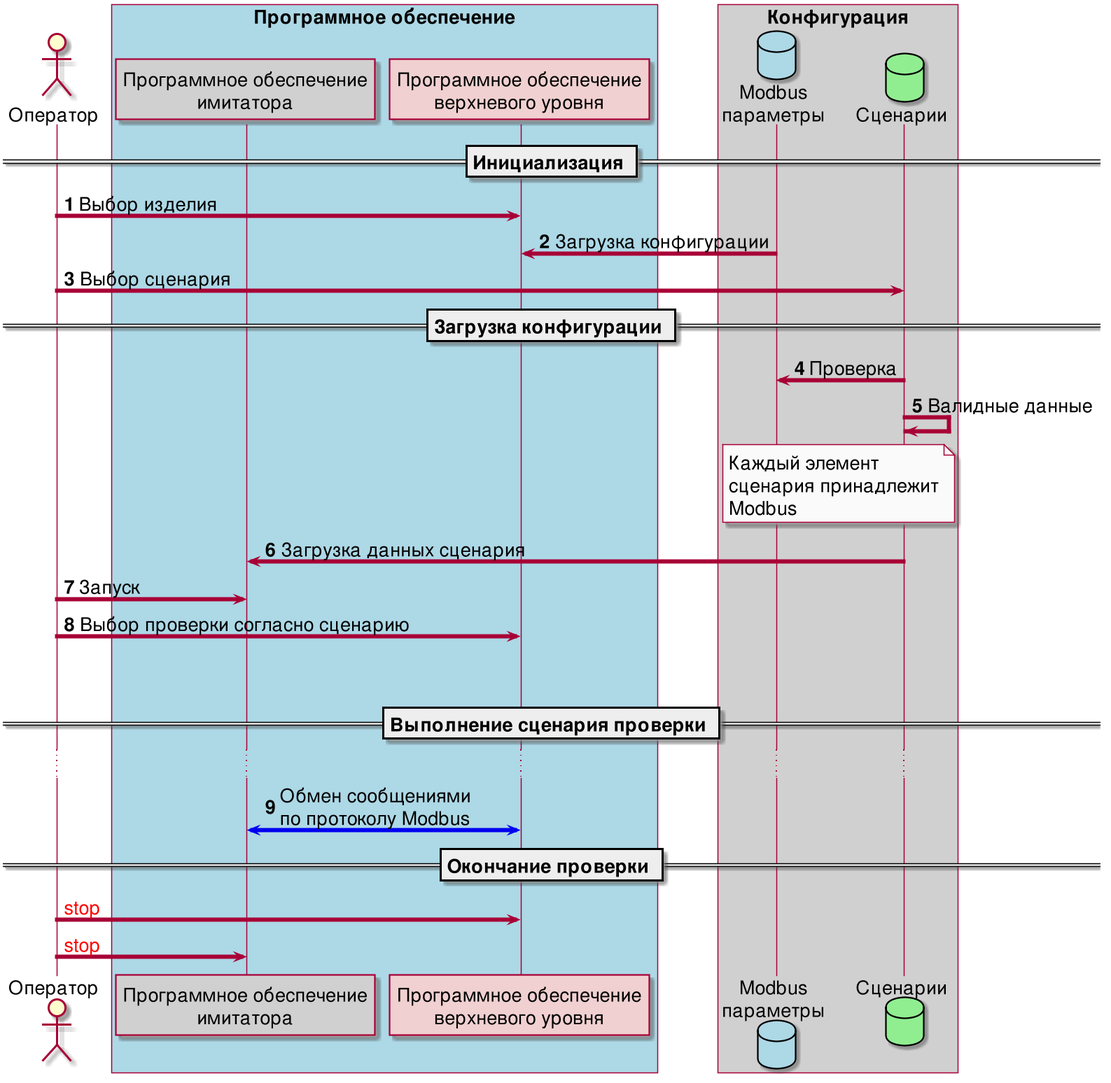
The PlantUML diagram Dissertation/images/top_level.png in UlrichVonRekkenin/PhdLaTeX, before a commit.
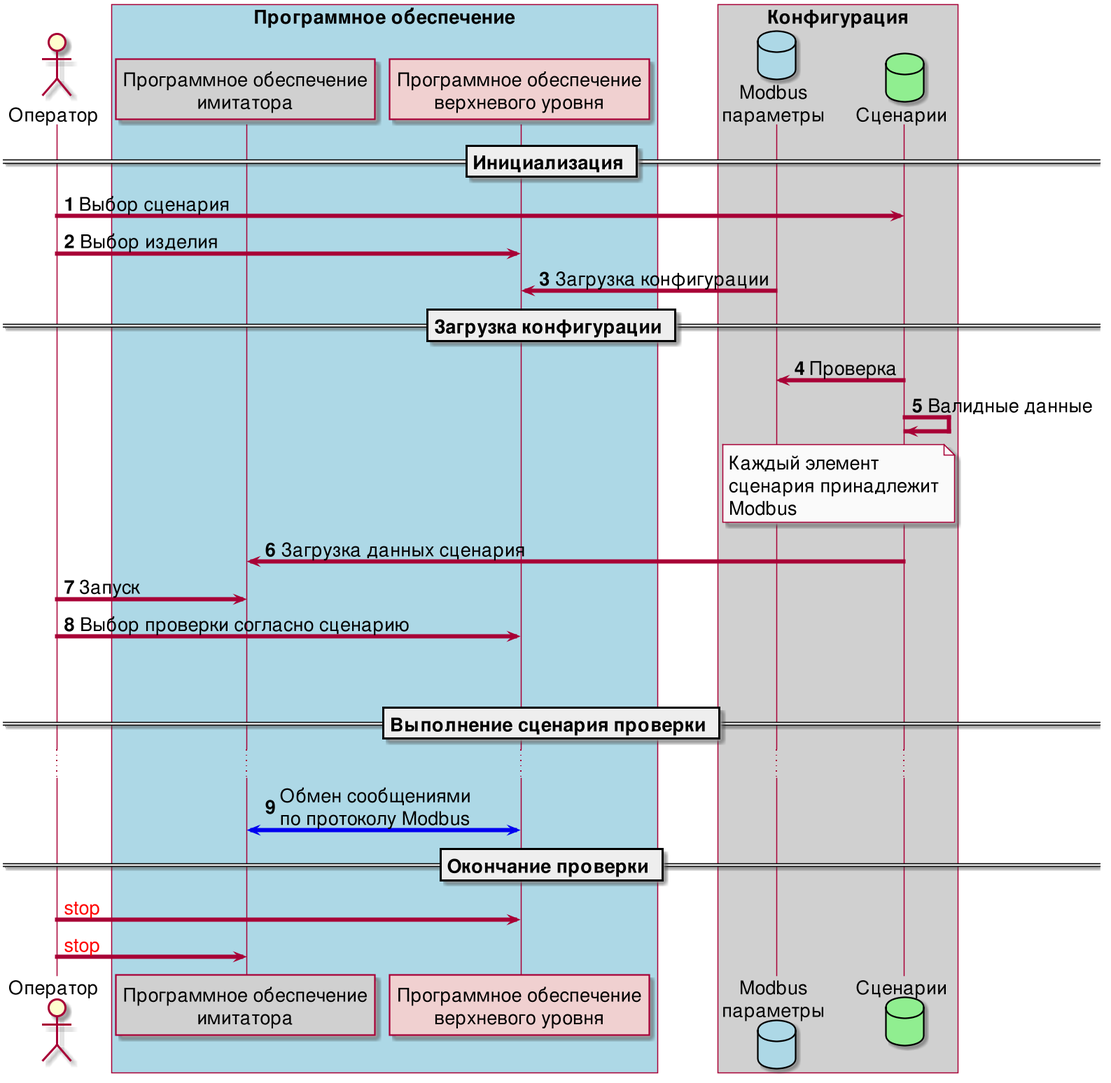
Above is the later version.

Diff of the diagram source:
```diff
@@ -8,6 +8,7 @@
     ClassFontSize 28
     ClassAttributeFontSize 25
 }
+scale 1.5
 
 actor Оператор as user
 
@@ -23,9 +24,9 @@
 
 autonumber
 == Инициализация ==
+user -> scen: Выбор сценария
 user -> main: Выбор изделия
 main <- tags: Загрузка конфигурации
-user -> scen: Выбор сценария
 == Загрузка конфигурации ==
 scen -> tags: Проверка
 scen -> scen: Валидные данные
```
